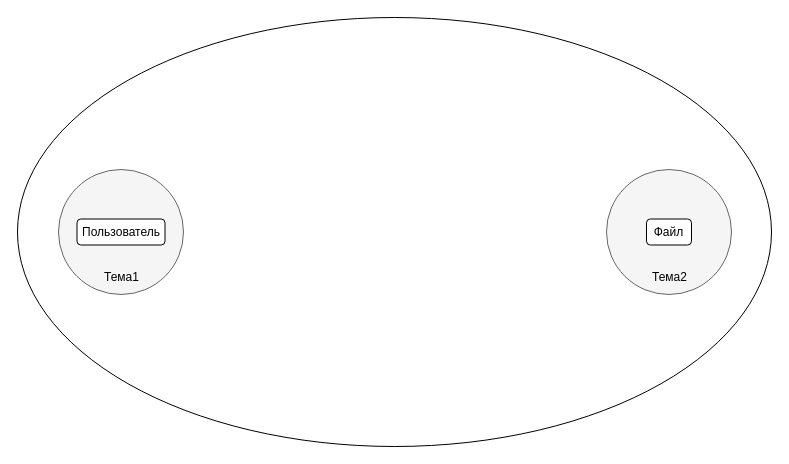
This is Metagraph.drawio from DMfananddu/DSM, a draw.io file, before an edit. Source tidied: cells renumbered, new cells numbered last; positions are measured from the earlier drawing's top-left corner, leaving out a move shared by most shapes. Both pictures are drawn from the tidied source at 100%, with x=0, y=0 at pixel (17, 17).
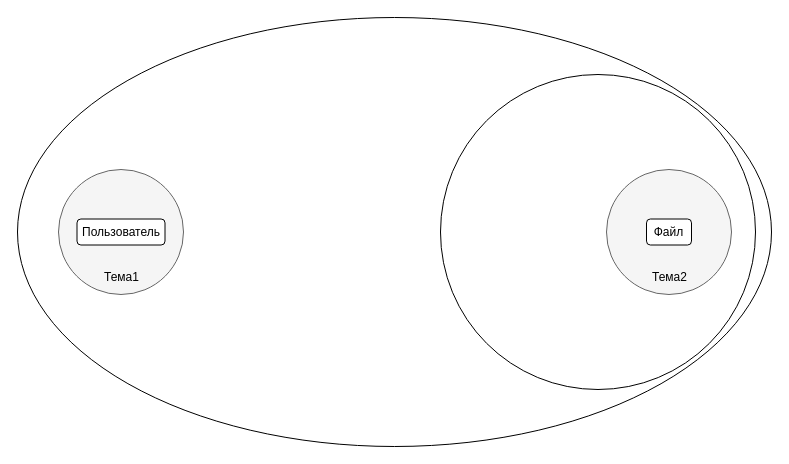
Above is the later version.

Diff of the diagram source:
```diff
@@
 <mxGraphModel>
   <root>
     <mxCell id="0" />
     <mxCell id="1" parent="0" />
     <mxCell id="2" style="ellipse;whiteSpace=wrap;html=1;" parent="1" vertex="1">
       <mxGeometry width="754" height="429" as="geometry" />
     </mxCell>
+    <mxCell id="9" style="ellipse;whiteSpace=wrap;html=1;" parent="2" vertex="1">
+      <mxGeometry x="423" y="57" width="315" height="315" as="geometry" />
+    </mxCell>
     <mxCell id="3" style="ellipse;whiteSpace=wrap;html=1;fillColor=#f5f5f5;strokeColor=#666666;fontColor=#333333;" parent="2" vertex="1">
       <mxGeometry x="41" y="152" width="125" height="125" as="geometry" />
     </mxCell>
     <mxCell id="4" value="Тема1" style="text;html=1;align=center;verticalAlign=middle;" parent="2" vertex="1">
       <mxGeometry x="81" y="251" width="45" height="18" as="geometry" />
     </mxCell>
     <mxCell id="5" value="Пользователь" style="rounded=1;whiteSpace=wrap;html=1;" parent="2" vertex="1">
       <mxGeometry x="59.5" y="201.5" width="88" height="26" as="geometry" />
     </mxCell>
     <mxCell id="6" style="ellipse;whiteSpace=wrap;html=1;fillColor=#f5f5f5;strokeColor=#666666;fontColor=#333333;" parent="2" vertex="1">
       <mxGeometry x="589" y="152" width="125" height="125" as="geometry" />
     </mxCell>
     <mxCell id="7" value="Тема2" style="text;html=1;align=center;verticalAlign=middle;" parent="2" vertex="1">
       <mxGeometry x="629" y="251" width="45" height="18" as="geometry" />
     </mxCell>
     <mxCell id="8" value="Файл" style="rounded=1;whiteSpace=wrap;html=1;" parent="2" vertex="1">
       <mxGeometry x="629" y="201.5" width="45" height="26" as="geometry" />
     </mxCell>
   </root>
 </mxGraphModel>
```
